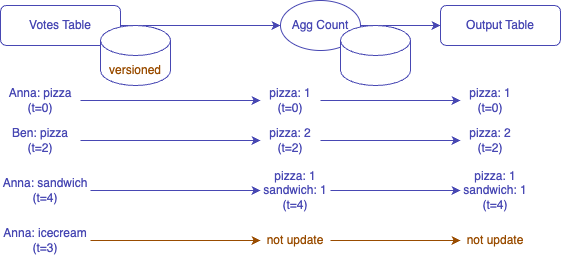
windowforsun/blog keeps this draw.io diagram as img/kafka/kafka-streams-versioned-state-store-8.drawio.png. Above is the earlier version. Source tidied: cells renumbered, new cells last; positions are measured from the earlier drawing's top-left corner, leaving out a move shared by most shapes. Its diagram source:
```xml
<mxGraphModel>
  <root>
    <mxCell id="0" />
    <mxCell id="1" parent="0" />
    <mxCell id="2" style="edgeStyle=orthogonalEdgeStyle;rounded=0;jettySize=auto;html=1;entryX=0;entryY=0.5;entryDx=0;entryDy=0;strokeColor=#4747B3;" parent="1" edge="1" source="3" target="5">
      <mxGeometry relative="1" as="geometry" />
    </mxCell>
    <mxCell id="3" value="&lt;div&gt;&lt;font color=&quot;#4747b3&quot;&gt;Votes Table&lt;/font&gt;&lt;/div&gt;" style="rounded=1;whiteSpace=wrap;html=1;strokeColor=#4747B3;fontColor=#006600;" parent="1" vertex="1">
      <mxGeometry y="5" width="120" height="40" as="geometry" />
    </mxCell>
    <mxCell id="4" style="edgeStyle=orthogonalEdgeStyle;rounded=0;jettySize=auto;html=1;entryX=0;entryY=0.5;entryDx=0;entryDy=0;strokeColor=#4747B3;" parent="1" edge="1" source="5" target="6">
      <mxGeometry relative="1" as="geometry" />
    </mxCell>
    <mxCell id="5" value="&lt;font color=&quot;#4747b3&quot;&gt;Agg Count&lt;/font&gt;" style="ellipse;whiteSpace=wrap;html=1;strokeColor=#4747B3;" parent="1" vertex="1">
      <mxGeometry x="280" width="80" height="50" as="geometry" />
    </mxCell>
    <mxCell id="6" value="&lt;font color=&quot;#4747b3&quot;&gt;Output Table&lt;/font&gt;" style="rounded=1;whiteSpace=wrap;html=1;strokeColor=#4747B3;" parent="1" vertex="1">
      <mxGeometry x="440" y="5" width="120" height="40" as="geometry" />
    </mxCell>
    <mxCell id="7" style="edgeStyle=orthogonalEdgeStyle;rounded=0;jettySize=auto;html=1;entryX=0;entryY=0.5;entryDx=0;entryDy=0;fontColor=#4747B3;strokeColor=#4747B3;" parent="1" edge="1" source="8" target="10">
      <mxGeometry relative="1" as="geometry" />
    </mxCell>
    <mxCell id="8" value="Anna: pizza&lt;div&gt;(t=0)&lt;/div&gt;" style="text;html=1;align=center;verticalAlign=middle;whiteSpace=wrap;rounded=0;fontColor=#4747B3;" parent="1" vertex="1">
      <mxGeometry y="85" width="80" height="30" as="geometry" />
    </mxCell>
    <mxCell id="9" style="edgeStyle=orthogonalEdgeStyle;rounded=0;jettySize=auto;html=1;entryX=0;entryY=0.5;entryDx=0;entryDy=0;strokeColor=#4747B3;" parent="1" edge="1" source="10" target="12">
      <mxGeometry relative="1" as="geometry" />
    </mxCell>
    <mxCell id="10" value="pizza: 1&lt;div&gt;(t=0)&lt;/div&gt;" style="text;html=1;align=center;verticalAlign=middle;whiteSpace=wrap;rounded=0;fontColor=#4747B3;" parent="1" vertex="1">
      <mxGeometry x="260" y="85" width="60" height="30" as="geometry" />
    </mxCell>
    <mxCell id="11" style="shape=cylinder3;whiteSpace=wrap;html=1;boundedLbl=1;backgroundOutline=1;size=15;strokeColor=#4747B3;" parent="1" vertex="1">
      <mxGeometry x="100" y="25" width="70" height="60" as="geometry" />
    </mxCell>
    <mxCell id="12" value="pizza: 1&lt;div&gt;(t=0)&lt;/div&gt;" style="text;html=1;align=center;verticalAlign=middle;whiteSpace=wrap;rounded=0;fontColor=#4747B3;" parent="1" vertex="1">
      <mxGeometry x="460" y="85" width="60" height="30" as="geometry" />
    </mxCell>
    <mxCell id="13" style="edgeStyle=orthogonalEdgeStyle;rounded=0;jettySize=auto;html=1;entryX=0;entryY=0.5;entryDx=0;entryDy=0;fontColor=#4747B3;strokeColor=#4747B3;" parent="1" edge="1" source="14" target="16">
      <mxGeometry relative="1" as="geometry" />
    </mxCell>
    <mxCell id="14" value="Ben: pizza&lt;div&gt;(t=2)&lt;/div&gt;" style="text;html=1;align=center;verticalAlign=middle;whiteSpace=wrap;rounded=0;fontColor=#4747B3;" parent="1" vertex="1">
      <mxGeometry y="125" width="80" height="30" as="geometry" />
    </mxCell>
    <mxCell id="15" style="edgeStyle=orthogonalEdgeStyle;rounded=0;jettySize=auto;html=1;entryX=0;entryY=0.5;entryDx=0;entryDy=0;strokeColor=#4747B3;" parent="1" edge="1" source="16" target="17">
      <mxGeometry relative="1" as="geometry" />
    </mxCell>
    <mxCell id="16" value="pizza: 2&lt;div&gt;(t=2)&lt;/div&gt;" style="text;html=1;align=center;verticalAlign=middle;whiteSpace=wrap;rounded=0;fontColor=#4747B3;" parent="1" vertex="1">
      <mxGeometry x="260" y="125" width="60" height="30" as="geometry" />
    </mxCell>
    <mxCell id="17" value="pizza: 2&lt;div&gt;(t=2)&lt;/div&gt;" style="text;html=1;align=center;verticalAlign=middle;whiteSpace=wrap;rounded=0;fontColor=#4747B3;" parent="1" vertex="1">
      <mxGeometry x="460" y="125" width="60" height="30" as="geometry" />
    </mxCell>
    <mxCell id="18" style="edgeStyle=orthogonalEdgeStyle;rounded=0;jettySize=auto;html=1;entryX=0;entryY=0.5;entryDx=0;entryDy=0;fontColor=#4747B3;strokeColor=#4747B3;" parent="1" edge="1" source="19" target="21">
      <mxGeometry relative="1" as="geometry" />
    </mxCell>
    <mxCell id="19" value="Anna: sandwich&lt;div&gt;(t=4)&lt;/div&gt;" style="text;html=1;align=center;verticalAlign=middle;whiteSpace=wrap;rounded=0;fontColor=#4747B3;" parent="1" vertex="1">
      <mxGeometry y="175" width="90" height="30" as="geometry" />
    </mxCell>
    <mxCell id="20" style="edgeStyle=orthogonalEdgeStyle;rounded=0;jettySize=auto;html=1;entryX=0;entryY=0.5;entryDx=0;entryDy=0;strokeColor=#4747B3;" parent="1" edge="1" source="21" target="22">
      <mxGeometry relative="1" as="geometry" />
    </mxCell>
    <mxCell id="21" value="pizza: 1&lt;div&gt;sandwich: 1&lt;br&gt;&lt;div&gt;(t=4)&lt;/div&gt;&lt;/div&gt;" style="text;html=1;align=center;verticalAlign=middle;whiteSpace=wrap;rounded=0;fontColor=#4747B3;" parent="1" vertex="1">
      <mxGeometry x="260" y="175" width="70" height="30" as="geometry" />
    </mxCell>
    <mxCell id="22" value="pizza: 1&lt;div&gt;sandwich: 1&lt;br&gt;&lt;div&gt;(t=4)&lt;/div&gt;&lt;/div&gt;" style="text;html=1;align=center;verticalAlign=middle;whiteSpace=wrap;rounded=0;fontColor=#4747B3;" parent="1" vertex="1">
      <mxGeometry x="460" y="175" width="70" height="30" as="geometry" />
    </mxCell>
    <mxCell id="23" style="shape=cylinder3;whiteSpace=wrap;html=1;boundedLbl=1;backgroundOutline=1;size=15;strokeColor=#4747B3;" parent="1" vertex="1">
      <mxGeometry x="340" y="25" width="70" height="60" as="geometry" />
    </mxCell>
    <mxCell id="24" style="edgeStyle=orthogonalEdgeStyle;rounded=0;jettySize=auto;html=1;entryX=0;entryY=0.5;entryDx=0;entryDy=0;fontColor=#4747B3;strokeColor=#994C00;" parent="1" edge="1" source="25" target="27">
      <mxGeometry relative="1" as="geometry" />
    </mxCell>
    <mxCell id="25" value="Anna: icecream&lt;div&gt;(t=3)&lt;/div&gt;" style="text;html=1;align=center;verticalAlign=middle;whiteSpace=wrap;rounded=0;fontColor=#4747B3;" parent="1" vertex="1">
      <mxGeometry y="225" width="90" height="30" as="geometry" />
    </mxCell>
    <mxCell id="26" style="edgeStyle=orthogonalEdgeStyle;rounded=0;jettySize=auto;html=1;entryX=0;entryY=0.5;entryDx=0;entryDy=0;strokeColor=#994C00;" parent="1" edge="1" source="27" target="28">
      <mxGeometry relative="1" as="geometry" />
    </mxCell>
    <mxCell id="27" value="&lt;font color=&quot;#994c00&quot;&gt;not update&lt;/font&gt;" style="text;html=1;align=center;verticalAlign=middle;whiteSpace=wrap;rounded=0;fontColor=#4747B3;" parent="1" vertex="1">
      <mxGeometry x="260" y="225" width="70" height="30" as="geometry" />
    </mxCell>
    <mxCell id="28" value="&lt;font color=&quot;#994c00&quot;&gt;not update&lt;/font&gt;" style="text;html=1;align=center;verticalAlign=middle;whiteSpace=wrap;rounded=0;fontColor=#4747B3;strokeColor=none;" parent="1" vertex="1">
      <mxGeometry x="460" y="215" width="70" height="50" as="geometry" />
    </mxCell>
    <mxCell id="29" value="versioned" style="text;html=1;align=center;verticalAlign=middle;whiteSpace=wrap;rounded=0;fontColor=#994C00;" parent="1" vertex="1">
      <mxGeometry x="105" y="55" width="60" height="30" as="geometry" />
    </mxCell>
  </root>
</mxGraphModel>
```
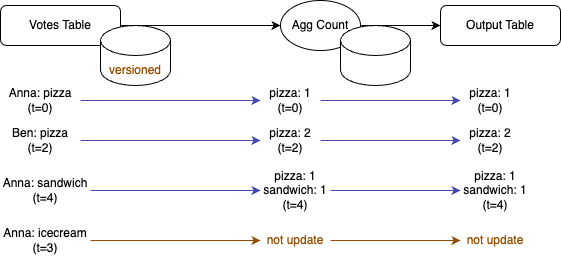
After the change.

Commit message:
kafka-streams-versioned-state-store-8.drawio.png이 추가되었습니다.

The edit, as a diff of the source:
```diff
@@ -2,76 +2,76 @@
   <root>
     <mxCell id="0" />
     <mxCell id="1" parent="0" />
-    <mxCell id="2" style="edgeStyle=orthogonalEdgeStyle;rounded=0;jettySize=auto;html=1;entryX=0;entryY=0.5;entryDx=0;entryDy=0;strokeColor=#4747B3;" parent="1" edge="1" source="3" target="5">
+    <mxCell id="2" style="edgeStyle=orthogonalEdgeStyle;rounded=0;jettySize=auto;html=1;entryX=0;entryY=0.5;entryDx=0;entryDy=0;strokeColor=#000000;fontColor=#000000;" parent="1" edge="1" source="3" target="5">
       <mxGeometry relative="1" as="geometry" />
     </mxCell>
-    <mxCell id="3" value="&lt;div&gt;&lt;font color=&quot;#4747b3&quot;&gt;Votes Table&lt;/font&gt;&lt;/div&gt;" style="rounded=1;whiteSpace=wrap;html=1;strokeColor=#4747B3;fontColor=#006600;" parent="1" vertex="1">
+    <mxCell id="3" value="&lt;div&gt;&lt;font&gt;Votes Table&lt;/font&gt;&lt;/div&gt;" style="rounded=1;whiteSpace=wrap;html=1;strokeColor=#000000;fontColor=#000000;" parent="1" vertex="1">
       <mxGeometry y="5" width="120" height="40" as="geometry" />
     </mxCell>
-    <mxCell id="4" style="edgeStyle=orthogonalEdgeStyle;rounded=0;jettySize=auto;html=1;entryX=0;entryY=0.5;entryDx=0;entryDy=0;strokeColor=#4747B3;" parent="1" edge="1" source="5" target="6">
+    <mxCell id="4" style="edgeStyle=orthogonalEdgeStyle;rounded=0;jettySize=auto;html=1;entryX=0;entryY=0.5;entryDx=0;entryDy=0;strokeColor=#000000;fontColor=#000000;" parent="1" edge="1" source="5" target="6">
       <mxGeometry relative="1" as="geometry" />
     </mxCell>
-    <mxCell id="5" value="&lt;font color=&quot;#4747b3&quot;&gt;Agg Count&lt;/font&gt;" style="ellipse;whiteSpace=wrap;html=1;strokeColor=#4747B3;" parent="1" vertex="1">
+    <mxCell id="5" value="&lt;font&gt;Agg Count&lt;/font&gt;" style="ellipse;whiteSpace=wrap;html=1;strokeColor=#000000;fontColor=#000000;" parent="1" vertex="1">
       <mxGeometry x="280" width="80" height="50" as="geometry" />
     </mxCell>
-    <mxCell id="6" value="&lt;font color=&quot;#4747b3&quot;&gt;Output Table&lt;/font&gt;" style="rounded=1;whiteSpace=wrap;html=1;strokeColor=#4747B3;" parent="1" vertex="1">
+    <mxCell id="6" value="&lt;font&gt;Output Table&lt;/font&gt;" style="rounded=1;whiteSpace=wrap;html=1;strokeColor=#000000;fontColor=#000000;" parent="1" vertex="1">
       <mxGeometry x="440" y="5" width="120" height="40" as="geometry" />
     </mxCell>
-    <mxCell id="7" style="edgeStyle=orthogonalEdgeStyle;rounded=0;jettySize=auto;html=1;entryX=0;entryY=0.5;entryDx=0;entryDy=0;fontColor=#4747B3;strokeColor=#4747B3;" parent="1" edge="1" source="8" target="10">
+    <mxCell id="7" style="edgeStyle=orthogonalEdgeStyle;rounded=0;jettySize=auto;html=1;entryX=0;entryY=0.5;entryDx=0;entryDy=0;fontColor=#000000;strokeColor=#4747B3;" parent="1" edge="1" source="8" target="10">
       <mxGeometry relative="1" as="geometry" />
     </mxCell>
-    <mxCell id="8" value="Anna: pizza&lt;div&gt;(t=0)&lt;/div&gt;" style="text;html=1;align=center;verticalAlign=middle;whiteSpace=wrap;rounded=0;fontColor=#4747B3;" parent="1" vertex="1">
+    <mxCell id="8" value="Anna: pizza&lt;div&gt;(t=0)&lt;/div&gt;" style="text;html=1;align=center;verticalAlign=middle;whiteSpace=wrap;rounded=0;fontColor=#000000;" parent="1" vertex="1">
       <mxGeometry y="85" width="80" height="30" as="geometry" />
     </mxCell>
-    <mxCell id="9" style="edgeStyle=orthogonalEdgeStyle;rounded=0;jettySize=auto;html=1;entryX=0;entryY=0.5;entryDx=0;entryDy=0;strokeColor=#4747B3;" parent="1" edge="1" source="10" target="12">
+    <mxCell id="9" style="edgeStyle=orthogonalEdgeStyle;rounded=0;jettySize=auto;html=1;entryX=0;entryY=0.5;entryDx=0;entryDy=0;strokeColor=#4747B3;fontColor=#000000;" parent="1" edge="1" source="10" target="12">
       <mxGeometry relative="1" as="geometry" />
     </mxCell>
-    <mxCell id="10" value="pizza: 1&lt;div&gt;(t=0)&lt;/div&gt;" style="text;html=1;align=center;verticalAlign=middle;whiteSpace=wrap;rounded=0;fontColor=#4747B3;" parent="1" vertex="1">
+    <mxCell id="10" value="pizza: 1&lt;div&gt;(t=0)&lt;/div&gt;" style="text;html=1;align=center;verticalAlign=middle;whiteSpace=wrap;rounded=0;fontColor=#000000;" parent="1" vertex="1">
       <mxGeometry x="260" y="85" width="60" height="30" as="geometry" />
     </mxCell>
-    <mxCell id="11" style="shape=cylinder3;whiteSpace=wrap;html=1;boundedLbl=1;backgroundOutline=1;size=15;strokeColor=#4747B3;" parent="1" vertex="1">
+    <mxCell id="11" style="shape=cylinder3;whiteSpace=wrap;html=1;boundedLbl=1;backgroundOutline=1;size=15;strokeColor=#000000;fontColor=#000000;" parent="1" vertex="1">
       <mxGeometry x="100" y="25" width="70" height="60" as="geometry" />
     </mxCell>
-    <mxCell id="12" value="pizza: 1&lt;div&gt;(t=0)&lt;/div&gt;" style="text;html=1;align=center;verticalAlign=middle;whiteSpace=wrap;rounded=0;fontColor=#4747B3;" parent="1" vertex="1">
+    <mxCell id="12" value="pizza: 1&lt;div&gt;(t=0)&lt;/div&gt;" style="text;html=1;align=center;verticalAlign=middle;whiteSpace=wrap;rounded=0;fontColor=#000000;" parent="1" vertex="1">
       <mxGeometry x="460" y="85" width="60" height="30" as="geometry" />
     </mxCell>
-    <mxCell id="13" style="edgeStyle=orthogonalEdgeStyle;rounded=0;jettySize=auto;html=1;entryX=0;entryY=0.5;entryDx=0;entryDy=0;fontColor=#4747B3;strokeColor=#4747B3;" parent="1" edge="1" source="14" target="16">
+    <mxCell id="13" style="edgeStyle=orthogonalEdgeStyle;rounded=0;jettySize=auto;html=1;entryX=0;entryY=0.5;entryDx=0;entryDy=0;fontColor=#000000;strokeColor=#4747B3;" parent="1" edge="1" source="14" target="16">
       <mxGeometry relative="1" as="geometry" />
     </mxCell>
-    <mxCell id="14" value="Ben: pizza&lt;div&gt;(t=2)&lt;/div&gt;" style="text;html=1;align=center;verticalAlign=middle;whiteSpace=wrap;rounded=0;fontColor=#4747B3;" parent="1" vertex="1">
+    <mxCell id="14" value="Ben: pizza&lt;div&gt;(t=2)&lt;/div&gt;" style="text;html=1;align=center;verticalAlign=middle;whiteSpace=wrap;rounded=0;fontColor=#000000;" parent="1" vertex="1">
       <mxGeometry y="125" width="80" height="30" as="geometry" />
     </mxCell>
-    <mxCell id="15" style="edgeStyle=orthogonalEdgeStyle;rounded=0;jettySize=auto;html=1;entryX=0;entryY=0.5;entryDx=0;entryDy=0;strokeColor=#4747B3;" parent="1" edge="1" source="16" target="17">
+    <mxCell id="15" style="edgeStyle=orthogonalEdgeStyle;rounded=0;jettySize=auto;html=1;entryX=0;entryY=0.5;entryDx=0;entryDy=0;strokeColor=#4747B3;fontColor=#000000;" parent="1" edge="1" source="16" target="17">
       <mxGeometry relative="1" as="geometry" />
     </mxCell>
-    <mxCell id="16" value="pizza: 2&lt;div&gt;(t=2)&lt;/div&gt;" style="text;html=1;align=center;verticalAlign=middle;whiteSpace=wrap;rounded=0;fontColor=#4747B3;" parent="1" vertex="1">
+    <mxCell id="16" value="pizza: 2&lt;div&gt;(t=2)&lt;/div&gt;" style="text;html=1;align=center;verticalAlign=middle;whiteSpace=wrap;rounded=0;fontColor=#000000;" parent="1" vertex="1">
       <mxGeometry x="260" y="125" width="60" height="30" as="geometry" />
     </mxCell>
-    <mxCell id="17" value="pizza: 2&lt;div&gt;(t=2)&lt;/div&gt;" style="text;html=1;align=center;verticalAlign=middle;whiteSpace=wrap;rounded=0;fontColor=#4747B3;" parent="1" vertex="1">
+    <mxCell id="17" value="pizza: 2&lt;div&gt;(t=2)&lt;/div&gt;" style="text;html=1;align=center;verticalAlign=middle;whiteSpace=wrap;rounded=0;fontColor=#000000;" parent="1" vertex="1">
       <mxGeometry x="460" y="125" width="60" height="30" as="geometry" />
     </mxCell>
-    <mxCell id="18" style="edgeStyle=orthogonalEdgeStyle;rounded=0;jettySize=auto;html=1;entryX=0;entryY=0.5;entryDx=0;entryDy=0;fontColor=#4747B3;strokeColor=#4747B3;" parent="1" edge="1" source="19" target="21">
+    <mxCell id="18" style="edgeStyle=orthogonalEdgeStyle;rounded=0;jettySize=auto;html=1;entryX=0;entryY=0.5;entryDx=0;entryDy=0;fontColor=#000000;strokeColor=#4747B3;" parent="1" edge="1" source="19" target="21">
       <mxGeometry relative="1" as="geometry" />
     </mxCell>
-    <mxCell id="19" value="Anna: sandwich&lt;div&gt;(t=4)&lt;/div&gt;" style="text;html=1;align=center;verticalAlign=middle;whiteSpace=wrap;rounded=0;fontColor=#4747B3;" parent="1" vertex="1">
+    <mxCell id="19" value="Anna: sandwich&lt;div&gt;(t=4)&lt;/div&gt;" style="text;html=1;align=center;verticalAlign=middle;whiteSpace=wrap;rounded=0;fontColor=#000000;" parent="1" vertex="1">
       <mxGeometry y="175" width="90" height="30" as="geometry" />
     </mxCell>
-    <mxCell id="20" style="edgeStyle=orthogonalEdgeStyle;rounded=0;jettySize=auto;html=1;entryX=0;entryY=0.5;entryDx=0;entryDy=0;strokeColor=#4747B3;" parent="1" edge="1" source="21" target="22">
+    <mxCell id="20" style="edgeStyle=orthogonalEdgeStyle;rounded=0;jettySize=auto;html=1;entryX=0;entryY=0.5;entryDx=0;entryDy=0;strokeColor=#4747B3;fontColor=#000000;" parent="1" edge="1" source="21" target="22">
       <mxGeometry relative="1" as="geometry" />
     </mxCell>
-    <mxCell id="21" value="pizza: 1&lt;div&gt;sandwich: 1&lt;br&gt;&lt;div&gt;(t=4)&lt;/div&gt;&lt;/div&gt;" style="text;html=1;align=center;verticalAlign=middle;whiteSpace=wrap;rounded=0;fontColor=#4747B3;" parent="1" vertex="1">
+    <mxCell id="21" value="pizza: 1&lt;div&gt;sandwich: 1&lt;br&gt;&lt;div&gt;(t=4)&lt;/div&gt;&lt;/div&gt;" style="text;html=1;align=center;verticalAlign=middle;whiteSpace=wrap;rounded=0;fontColor=#000000;" parent="1" vertex="1">
       <mxGeometry x="260" y="175" width="70" height="30" as="geometry" />
     </mxCell>
-    <mxCell id="22" value="pizza: 1&lt;div&gt;sandwich: 1&lt;br&gt;&lt;div&gt;(t=4)&lt;/div&gt;&lt;/div&gt;" style="text;html=1;align=center;verticalAlign=middle;whiteSpace=wrap;rounded=0;fontColor=#4747B3;" parent="1" vertex="1">
+    <mxCell id="22" value="pizza: 1&lt;div&gt;sandwich: 1&lt;br&gt;&lt;div&gt;(t=4)&lt;/div&gt;&lt;/div&gt;" style="text;html=1;align=center;verticalAlign=middle;whiteSpace=wrap;rounded=0;fontColor=#000000;" parent="1" vertex="1">
       <mxGeometry x="460" y="175" width="70" height="30" as="geometry" />
     </mxCell>
-    <mxCell id="23" style="shape=cylinder3;whiteSpace=wrap;html=1;boundedLbl=1;backgroundOutline=1;size=15;strokeColor=#4747B3;" parent="1" vertex="1">
+    <mxCell id="23" style="shape=cylinder3;whiteSpace=wrap;html=1;boundedLbl=1;backgroundOutline=1;size=15;strokeColor=#000000;fontColor=#000000;" parent="1" vertex="1">
       <mxGeometry x="340" y="25" width="70" height="60" as="geometry" />
     </mxCell>
     <mxCell id="24" style="edgeStyle=orthogonalEdgeStyle;rounded=0;jettySize=auto;html=1;entryX=0;entryY=0.5;entryDx=0;entryDy=0;fontColor=#4747B3;strokeColor=#994C00;" parent="1" edge="1" source="25" target="27">
       <mxGeometry relative="1" as="geometry" />
     </mxCell>
-    <mxCell id="25" value="Anna: icecream&lt;div&gt;(t=3)&lt;/div&gt;" style="text;html=1;align=center;verticalAlign=middle;whiteSpace=wrap;rounded=0;fontColor=#4747B3;" parent="1" vertex="1">
+    <mxCell id="25" value="Anna: icecream&lt;div&gt;(t=3)&lt;/div&gt;" style="text;html=1;align=center;verticalAlign=middle;whiteSpace=wrap;rounded=0;fontColor=#000000;" parent="1" vertex="1">
       <mxGeometry y="225" width="90" height="30" as="geometry" />
     </mxCell>
     <mxCell id="26" style="edgeStyle=orthogonalEdgeStyle;rounded=0;jettySize=auto;html=1;entryX=0;entryY=0.5;entryDx=0;entryDy=0;strokeColor=#994C00;" parent="1" edge="1" source="27" target="28">
@@ -83,7 +83,7 @@
     <mxCell id="28" value="&lt;font color=&quot;#994c00&quot;&gt;not update&lt;/font&gt;" style="text;html=1;align=center;verticalAlign=middle;whiteSpace=wrap;rounded=0;fontColor=#4747B3;strokeColor=none;" parent="1" vertex="1">
       <mxGeometry x="460" y="215" width="70" height="50" as="geometry" />
     </mxCell>
-    <mxCell id="29" value="versioned" style="text;html=1;align=center;verticalAlign=middle;whiteSpace=wrap;rounded=0;fontColor=#994C00;" parent="1" vertex="1">
+    <mxCell id="29" value="versioned" style="text;html=1;align=center;verticalAlign=middle;whiteSpace=wrap;rounded=0;fontColor=#994C00;strokeColor=none;" parent="1" vertex="1">
       <mxGeometry x="105" y="55" width="60" height="30" as="geometry" />
     </mxCell>
   </root>
```
